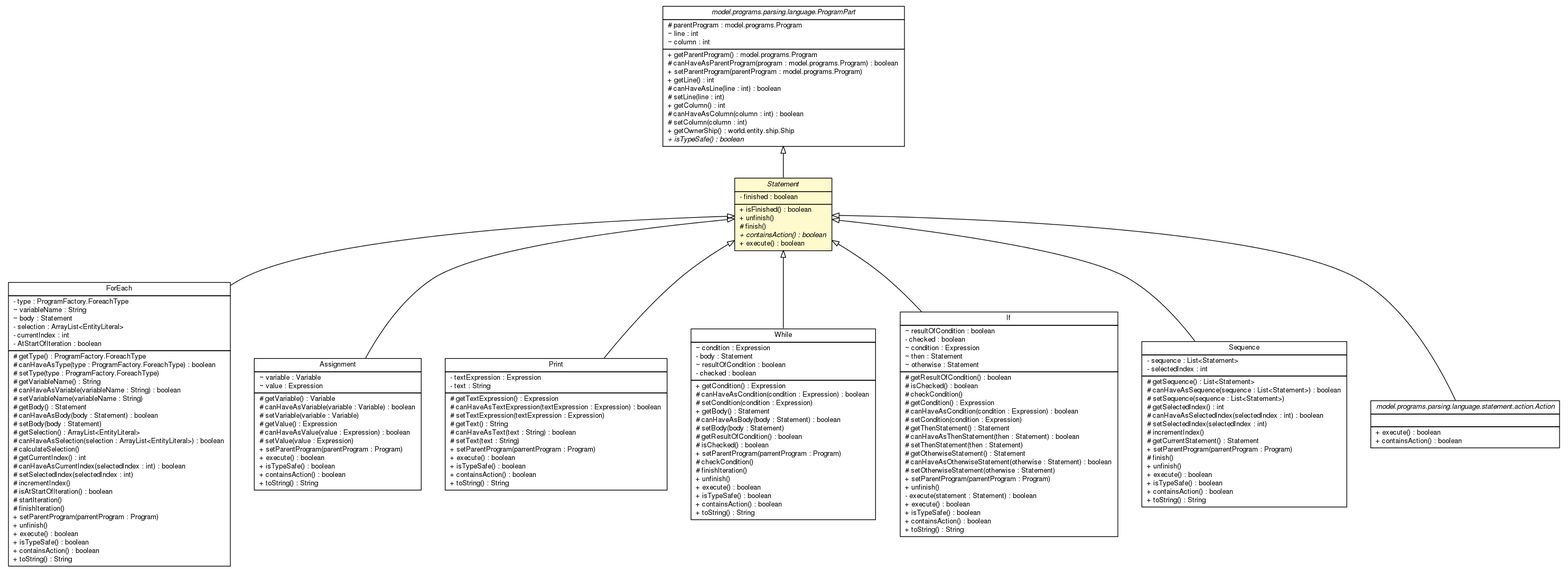
This is doc/model/programs/parsing/language/statement/Statement.png from sinopeus/asteroids, a Graphviz export, as it was before one commit. Its source is kept beside it as doc/model/programs/parsing/language/statement/Statement.dot. The source it was exported from:
```dot

digraph G {
	edge [fontname="Helvetica",fontsize=10,labelfontname="Helvetica",labelfontsize=10];
	node [fontname="Helvetica",fontsize=10,shape=plaintext];
	nodesep=0.25;
	ranksep=0.5;
	c16090 [label=<<table title="model.programs.parsing.language.ProgramPart" border="0" cellborder="1" cellspacing="0" cellpadding="2" port="p" href="../ProgramPart.html">
		<tr><td><table border="0" cellspacing="0" cellpadding="1">
<tr><td align="center" balign="center"><font face="Helvetica-Oblique"> model.programs.parsing.language.ProgramPart </font></td></tr>
		</table></td></tr>
		<tr><td><table border="0" cellspacing="0" cellpadding="1">
<tr><td align="left" balign="left"> # parentProgram : model.programs.Program </td></tr>
<tr><td align="left" balign="left"> ~ line : int </td></tr>
<tr><td align="left" balign="left"> ~ column : int </td></tr>
		</table></td></tr>
		<tr><td><table border="0" cellspacing="0" cellpadding="1">
<tr><td align="left" balign="left"> + getParentProgram() : model.programs.Program </td></tr>
<tr><td align="left" balign="left"> # canHaveAsParentProgram(program : model.programs.Program) : boolean </td></tr>
<tr><td align="left" balign="left"> + setParentProgram(parentProgram : model.programs.Program) </td></tr>
<tr><td align="left" balign="left"> + getLine() : int </td></tr>
<tr><td align="left" balign="left"> # canHaveAsLine(line : int) : boolean </td></tr>
<tr><td align="left" balign="left"> # setLine(line : int) </td></tr>
<tr><td align="left" balign="left"> + getColumn() : int </td></tr>
<tr><td align="left" balign="left"> # canHaveAsColumn(column : int) : boolean </td></tr>
<tr><td align="left" balign="left"> # setColumn(column : int) </td></tr>
<tr><td align="left" balign="left"> + getOwnerShip() : world.entity.ship.Ship </td></tr>
<tr><td align="left" balign="left"><font face="Helvetica-Oblique" point-size="10.0"> + isTypeSafe() : boolean </font></td></tr>
		</table></td></tr>
		</table>>, URL="../ProgramPart.html", fontname="Helvetica", fontcolor="black", fontsize=10.0];
	c16132 [label=<<table title="model.programs.parsing.language.statement.Statement" border="0" cellborder="1" cellspacing="0" cellpadding="2" port="p" bgcolor="lemonChiffon" href="./Statement.html">
		<tr><td><table border="0" cellspacing="0" cellpadding="1">
<tr><td align="center" balign="center"><font face="Helvetica-Oblique"> Statement </font></td></tr>
		</table></td></tr>
		<tr><td><table border="0" cellspacing="0" cellpadding="1">
<tr><td align="left" balign="left"> - finished : boolean </td></tr>
		</table></td></tr>
		<tr><td><table border="0" cellspacing="0" cellpadding="1">
<tr><td align="left" balign="left"> + isFinished() : boolean </td></tr>
<tr><td align="left" balign="left"> + unfinish() </td></tr>
<tr><td align="left" balign="left"> # finish() </td></tr>
<tr><td align="left" balign="left"><font face="Helvetica-Oblique" point-size="10.0"> + containsAction() : boolean </font></td></tr>
<tr><td align="left" balign="left"> + execute() : boolean </td></tr>
		</table></td></tr>
		</table>>, URL="./Statement.html", fontname="Helvetica", fontcolor="black", fontsize=10.0];
	c16133 [label=<<table title="model.programs.parsing.language.statement.ForEach" border="0" cellborder="1" cellspacing="0" cellpadding="2" port="p" href="./ForEach.html">
		<tr><td><table border="0" cellspacing="0" cellpadding="1">
<tr><td align="center" balign="center"> ForEach </td></tr>
		</table></td></tr>
		<tr><td><table border="0" cellspacing="0" cellpadding="1">
<tr><td align="left" balign="left"> - type : ProgramFactory.ForeachType </td></tr>
<tr><td align="left" balign="left"> ~ variableName : String </td></tr>
<tr><td align="left" balign="left"> ~ body : Statement </td></tr>
<tr><td align="left" balign="left"> - selection : ArrayList&lt;EntityLiteral&gt; </td></tr>
<tr><td align="left" balign="left"> - currentIndex : int </td></tr>
<tr><td align="left" balign="left"> - AtStartOfIteration : boolean </td></tr>
		</table></td></tr>
		<tr><td><table border="0" cellspacing="0" cellpadding="1">
<tr><td align="left" balign="left"> # getType() : ProgramFactory.ForeachType </td></tr>
<tr><td align="left" balign="left"> # canHaveAsType(type : ProgramFactory.ForeachType) : boolean </td></tr>
<tr><td align="left" balign="left"> # setType(type : ProgramFactory.ForeachType) </td></tr>
<tr><td align="left" balign="left"> # getVariableName() : String </td></tr>
<tr><td align="left" balign="left"> # canHaveAsVariable(variableName : String) : boolean </td></tr>
<tr><td align="left" balign="left"> # setVariableName(variableName : String) </td></tr>
<tr><td align="left" balign="left"> # getBody() : Statement </td></tr>
<tr><td align="left" balign="left"> # canHaveAsBody(body : Statement) : boolean </td></tr>
<tr><td align="left" balign="left"> # setBody(body : Statement) </td></tr>
<tr><td align="left" balign="left"> # getSelection() : ArrayList&lt;EntityLiteral&gt; </td></tr>
<tr><td align="left" balign="left"> # canHaveAsSelection(selection : ArrayList&lt;EntityLiteral&gt;) : boolean </td></tr>
<tr><td align="left" balign="left"> # calculateSelection() </td></tr>
<tr><td align="left" balign="left"> # getCurrentIndex() : int </td></tr>
<tr><td align="left" balign="left"> # canHaveAsCurrentIndex(selectedIndex : int) : boolean </td></tr>
<tr><td align="left" balign="left"> # setSelectedIndex(selectedIndex : int) </td></tr>
<tr><td align="left" balign="left"> # incrementIndex() </td></tr>
<tr><td align="left" balign="left"> # isAtStartOfIteration() : boolean </td></tr>
<tr><td align="left" balign="left"> # startIteration() </td></tr>
<tr><td align="left" balign="left"> # finishIteration() </td></tr>
<tr><td align="left" balign="left"> + setParentProgram(parrentProgram : Program) </td></tr>
<tr><td align="left" balign="left"> + unfinish() </td></tr>
<tr><td align="left" balign="left"> + execute() : boolean </td></tr>
<tr><td align="left" balign="left"> + isTypeSafe() : boolean </td></tr>
<tr><td align="left" balign="left"> + containsAction() : boolean </td></tr>
<tr><td align="left" balign="left"> + toString() : String </td></tr>
		</table></td></tr>
		</table>>, URL="./ForEach.html", fontname="Helvetica", fontcolor="black", fontsize=10.0];
	c16134 [label=<<table title="model.programs.parsing.language.statement.Assignment" border="0" cellborder="1" cellspacing="0" cellpadding="2" port="p" href="./Assignment.html">
		<tr><td><table border="0" cellspacing="0" cellpadding="1">
<tr><td align="center" balign="center"> Assignment </td></tr>
		</table></td></tr>
		<tr><td><table border="0" cellspacing="0" cellpadding="1">
<tr><td align="left" balign="left"> ~ variable : Variable </td></tr>
<tr><td align="left" balign="left"> ~ value : Expression </td></tr>
		</table></td></tr>
		<tr><td><table border="0" cellspacing="0" cellpadding="1">
<tr><td align="left" balign="left"> # getVariable() : Variable </td></tr>
<tr><td align="left" balign="left"> # canHaveAsVariable(variable : Variable) : boolean </td></tr>
<tr><td align="left" balign="left"> # setVariable(variable : Variable) </td></tr>
<tr><td align="left" balign="left"> # getValue() : Expression </td></tr>
<tr><td align="left" balign="left"> # canHaveAsValue(value : Expression) : boolean </td></tr>
<tr><td align="left" balign="left"> # setValue(value : Expression) </td></tr>
<tr><td align="left" balign="left"> + setParentProgram(parentProgram : Program) </td></tr>
<tr><td align="left" balign="left"> + execute() : boolean </td></tr>
<tr><td align="left" balign="left"> + isTypeSafe() : boolean </td></tr>
<tr><td align="left" balign="left"> + containsAction() : boolean </td></tr>
<tr><td align="left" balign="left"> + toString() : String </td></tr>
		</table></td></tr>
		</table>>, URL="./Assignment.html", fontname="Helvetica", fontcolor="black", fontsize=10.0];
	c16135 [label=<<table title="model.programs.parsing.language.statement.Print" border="0" cellborder="1" cellspacing="0" cellpadding="2" port="p" href="./Print.html">
		<tr><td><table border="0" cellspacing="0" cellpadding="1">
<tr><td align="center" balign="center"> Print </td></tr>
		</table></td></tr>
		<tr><td><table border="0" cellspacing="0" cellpadding="1">
<tr><td align="left" balign="left"> - textExpression : Expression </td></tr>
<tr><td align="left" balign="left"> - text : String </td></tr>
		</table></td></tr>
		<tr><td><table border="0" cellspacing="0" cellpadding="1">
<tr><td align="left" balign="left"> # getTextExpression() : Expression </td></tr>
<tr><td align="left" balign="left"> # canHaveAsTextExpression(textExpression : Expression) : boolean </td></tr>
<tr><td align="left" balign="left"> # setTextExpression(textExpression : Expression) </td></tr>
<tr><td align="left" balign="left"> # getText() : String </td></tr>
<tr><td align="left" balign="left"> # canHaveAsText(text : String) : boolean </td></tr>
<tr><td align="left" balign="left"> # setText(text : String) </td></tr>
<tr><td align="left" balign="left"> + setParentProgram(parrentProgram : Program) </td></tr>
<tr><td align="left" balign="left"> + execute() : boolean </td></tr>
<tr><td align="left" balign="left"> + isTypeSafe() : boolean </td></tr>
<tr><td align="left" balign="left"> + containsAction() : boolean </td></tr>
<tr><td align="left" balign="left"> + toString() : String </td></tr>
		</table></td></tr>
		</table>>, URL="./Print.html", fontname="Helvetica", fontcolor="black", fontsize=10.0];
	c16136 [label=<<table title="model.programs.parsing.language.statement.While" border="0" cellborder="1" cellspacing="0" cellpadding="2" port="p" href="./While.html">
		<tr><td><table border="0" cellspacing="0" cellpadding="1">
<tr><td align="center" balign="center"> While </td></tr>
		</table></td></tr>
		<tr><td><table border="0" cellspacing="0" cellpadding="1">
<tr><td align="left" balign="left"> ~ condition : Expression </td></tr>
<tr><td align="left" balign="left"> - body : Statement </td></tr>
<tr><td align="left" balign="left"> ~ resultOfCondition : boolean </td></tr>
<tr><td align="left" balign="left"> - checked : boolean </td></tr>
		</table></td></tr>
		<tr><td><table border="0" cellspacing="0" cellpadding="1">
<tr><td align="left" balign="left"> + getCondition() : Expression </td></tr>
<tr><td align="left" balign="left"> # canHaveAsCondition(condition : Expression) : boolean </td></tr>
<tr><td align="left" balign="left"> # setCondition(condition : Expression) </td></tr>
<tr><td align="left" balign="left"> + getBody() : Statement </td></tr>
<tr><td align="left" balign="left"> # canHaveAsBody(body : Statement) : boolean </td></tr>
<tr><td align="left" balign="left"> # setBody(body : Statement) </td></tr>
<tr><td align="left" balign="left"> # getResultOfCondition() : boolean </td></tr>
<tr><td align="left" balign="left"> # isChecked() : boolean </td></tr>
<tr><td align="left" balign="left"> + setParentProgram(parrentProgram : Program) </td></tr>
<tr><td align="left" balign="left"> # checkCondition() </td></tr>
<tr><td align="left" balign="left"> # finishIteration() </td></tr>
<tr><td align="left" balign="left"> + unfinish() </td></tr>
<tr><td align="left" balign="left"> + execute() : boolean </td></tr>
<tr><td align="left" balign="left"> + isTypeSafe() : boolean </td></tr>
<tr><td align="left" balign="left"> + containsAction() : boolean </td></tr>
<tr><td align="left" balign="left"> + toString() : String </td></tr>
		</table></td></tr>
		</table>>, URL="./While.html", fontname="Helvetica", fontcolor="black", fontsize=10.0];
	c16137 [label=<<table title="model.programs.parsing.language.statement.If" border="0" cellborder="1" cellspacing="0" cellpadding="2" port="p" href="./If.html">
		<tr><td><table border="0" cellspacing="0" cellpadding="1">
<tr><td align="center" balign="center"> If </td></tr>
		</table></td></tr>
		<tr><td><table border="0" cellspacing="0" cellpadding="1">
<tr><td align="left" balign="left"> ~ resultOfCondition : boolean </td></tr>
<tr><td align="left" balign="left"> - checked : boolean </td></tr>
<tr><td align="left" balign="left"> ~ condition : Expression </td></tr>
<tr><td align="left" balign="left"> ~ then : Statement </td></tr>
<tr><td align="left" balign="left"> ~ otherwise : Statement </td></tr>
		</table></td></tr>
		<tr><td><table border="0" cellspacing="0" cellpadding="1">
<tr><td align="left" balign="left"> # getResultOfCondition() : boolean </td></tr>
<tr><td align="left" balign="left"> # isChecked() : boolean </td></tr>
<tr><td align="left" balign="left"> # checkCondition() </td></tr>
<tr><td align="left" balign="left"> # getCondition() : Expression </td></tr>
<tr><td align="left" balign="left"> # canHaveAsCondition(condition : Expression) : boolean </td></tr>
<tr><td align="left" balign="left"> # setCondition(condition : Expression) </td></tr>
<tr><td align="left" balign="left"> # getThenStatement() : Statement </td></tr>
<tr><td align="left" balign="left"> # canHaveAsThenStatement(then : Statement) : boolean </td></tr>
<tr><td align="left" balign="left"> # setThenStatement(then : Statement) </td></tr>
<tr><td align="left" balign="left"> # getOtherwiseStatement() : Statement </td></tr>
<tr><td align="left" balign="left"> # canHaveAsOtherwiseStatement(otherwise : Statement) : boolean </td></tr>
<tr><td align="left" balign="left"> # setOtherwiseStatement(otherwise : Statement) </td></tr>
<tr><td align="left" balign="left"> + setParentProgram(parrentProgram : Program) </td></tr>
<tr><td align="left" balign="left"> + unfinish() </td></tr>
<tr><td align="left" balign="left"> - execute(statement : Statement) : boolean </td></tr>
<tr><td align="left" balign="left"> + execute() : boolean </td></tr>
<tr><td align="left" balign="left"> + isTypeSafe() : boolean </td></tr>
<tr><td align="left" balign="left"> + containsAction() : boolean </td></tr>
<tr><td align="left" balign="left"> + toString() : String </td></tr>
		</table></td></tr>
		</table>>, URL="./If.html", fontname="Helvetica", fontcolor="black", fontsize=10.0];
	c16138 [label=<<table title="model.programs.parsing.language.statement.Sequence" border="0" cellborder="1" cellspacing="0" cellpadding="2" port="p" href="./Sequence.html">
		<tr><td><table border="0" cellspacing="0" cellpadding="1">
<tr><td align="center" balign="center"> Sequence </td></tr>
		</table></td></tr>
		<tr><td><table border="0" cellspacing="0" cellpadding="1">
<tr><td align="left" balign="left"> - sequence : List&lt;Statement&gt; </td></tr>
<tr><td align="left" balign="left"> - selectedIndex : int </td></tr>
		</table></td></tr>
		<tr><td><table border="0" cellspacing="0" cellpadding="1">
<tr><td align="left" balign="left"> # getSequence() : List&lt;Statement&gt; </td></tr>
<tr><td align="left" balign="left"> # canHaveAsSequence(sequence : List&lt;Statement&gt;) : boolean </td></tr>
<tr><td align="left" balign="left"> # setSequence(sequence : List&lt;Statement&gt;) </td></tr>
<tr><td align="left" balign="left"> # getSelectedIndex() : int </td></tr>
<tr><td align="left" balign="left"> # canHaveAsSelectedIndex(selectedIndex : int) : boolean </td></tr>
<tr><td align="left" balign="left"> # setSelectedIndex(selectedIndex : int) </td></tr>
<tr><td align="left" balign="left"> # incrementIndex() </td></tr>
<tr><td align="left" balign="left"> # getCurrentStatement() : Statement </td></tr>
<tr><td align="left" balign="left"> + setParentProgram(parrentProgram : Program) </td></tr>
<tr><td align="left" balign="left"> # finish() </td></tr>
<tr><td align="left" balign="left"> + unfinish() </td></tr>
<tr><td align="left" balign="left"> + execute() : boolean </td></tr>
<tr><td align="left" balign="left"> + isTypeSafe() : boolean </td></tr>
<tr><td align="left" balign="left"> + containsAction() : boolean </td></tr>
<tr><td align="left" balign="left"> + toString() : String </td></tr>
		</table></td></tr>
		</table>>, URL="./Sequence.html", fontname="Helvetica", fontcolor="black", fontsize=10.0];
	c16139 [label=<<table title="model.programs.parsing.language.statement.action.Action" border="0" cellborder="1" cellspacing="0" cellpadding="2" port="p" href="./action/Action.html">
		<tr><td><table border="0" cellspacing="0" cellpadding="1">
<tr><td align="center" balign="center"><font face="Helvetica-Oblique"> model.programs.parsing.language.statement.action.Action </font></td></tr>
		</table></td></tr>
		<tr><td><table border="0" cellspacing="0" cellpadding="1">
<tr><td align="left" balign="left">  </td></tr>
		</table></td></tr>
		<tr><td><table border="0" cellspacing="0" cellpadding="1">
<tr><td align="left" balign="left"> + execute() : boolean </td></tr>
<tr><td align="left" balign="left"> + containsAction() : boolean </td></tr>
		</table></td></tr>
		</table>>, URL="./action/Action.html", fontname="Helvetica", fontcolor="black", fontsize=10.0];
	c16090:p -> c16132:p [dir=back,arrowtail=empty];
	c16132:p -> c16133:p [dir=back,arrowtail=empty];
	c16132:p -> c16134:p [dir=back,arrowtail=empty];
	c16132:p -> c16135:p [dir=back,arrowtail=empty];
	c16132:p -> c16136:p [dir=back,arrowtail=empty];
	c16132:p -> c16137:p [dir=back,arrowtail=empty];
	c16132:p -> c16138:p [dir=back,arrowtail=empty];
	c16132:p -> c16139:p [dir=back,arrowtail=empty];
}
```
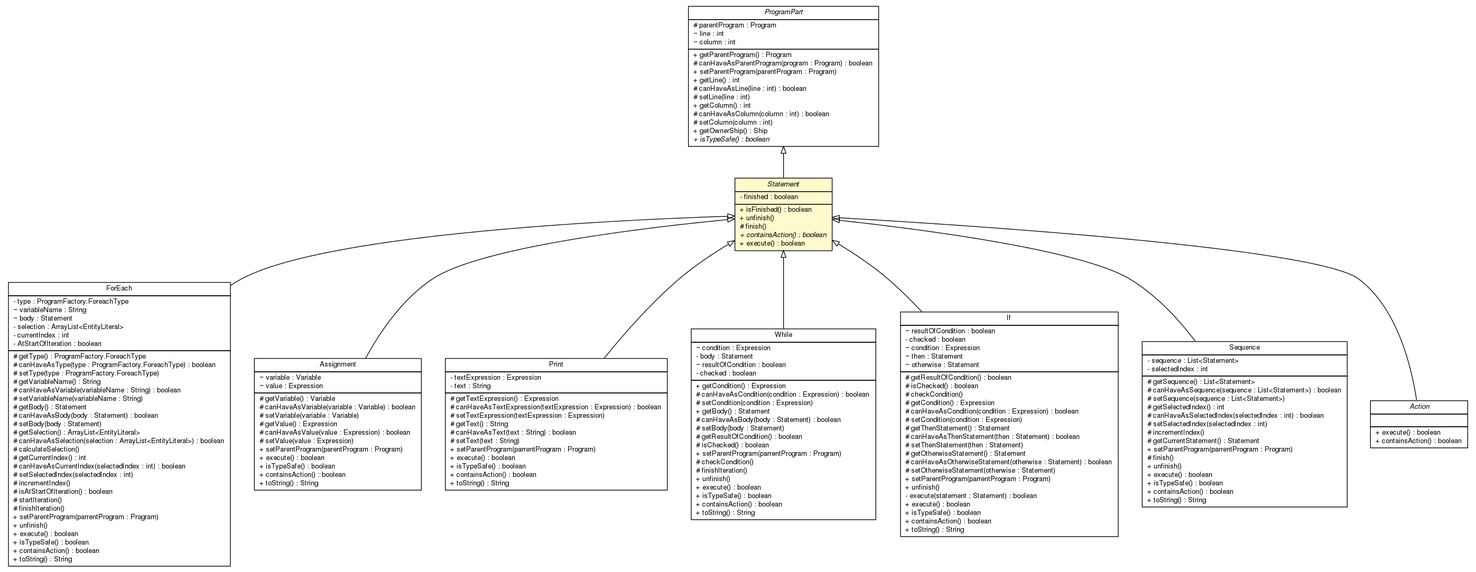
Above is the later version.

Change to the diagram source:
```diff
@@ -6,24 +6,24 @@
 	ranksep=0.5;
 	c16090 [label=<<table title="model.programs.parsing.language.ProgramPart" border="0" cellborder="1" cellspacing="0" cellpadding="2" port="p" href="../ProgramPart.html">
 		<tr><td><table border="0" cellspacing="0" cellpadding="1">
-<tr><td align="center" balign="center"><font face="Helvetica-Oblique"> model.programs.parsing.language.ProgramPart </font></td></tr>
+<tr><td align="center" balign="center"><font face="Helvetica-Oblique"> ProgramPart </font></td></tr>
 		</table></td></tr>
 		<tr><td><table border="0" cellspacing="0" cellpadding="1">
-<tr><td align="left" balign="left"> # parentProgram : model.programs.Program </td></tr>
+<tr><td align="left" balign="left"> # parentProgram : Program </td></tr>
 <tr><td align="left" balign="left"> ~ line : int </td></tr>
 <tr><td align="left" balign="left"> ~ column : int </td></tr>
 		</table></td></tr>
 		<tr><td><table border="0" cellspacing="0" cellpadding="1">
-<tr><td align="left" balign="left"> + getParentProgram() : model.programs.Program </td></tr>
-<tr><td align="left" balign="left"> # canHaveAsParentProgram(program : model.programs.Program) : boolean </td></tr>
-<tr><td align="left" balign="left"> + setParentProgram(parentProgram : model.programs.Program) </td></tr>
+<tr><td align="left" balign="left"> + getParentProgram() : Program </td></tr>
+<tr><td align="left" balign="left"> # canHaveAsParentProgram(program : Program) : boolean </td></tr>
+<tr><td align="left" balign="left"> + setParentProgram(parentProgram : Program) </td></tr>
 <tr><td align="left" balign="left"> + getLine() : int </td></tr>
 <tr><td align="left" balign="left"> # canHaveAsLine(line : int) : boolean </td></tr>
 <tr><td align="left" balign="left"> # setLine(line : int) </td></tr>
 <tr><td align="left" balign="left"> + getColumn() : int </td></tr>
 <tr><td align="left" balign="left"> # canHaveAsColumn(column : int) : boolean </td></tr>
 <tr><td align="left" balign="left"> # setColumn(column : int) </td></tr>
-<tr><td align="left" balign="left"> + getOwnerShip() : world.entity.ship.Ship </td></tr>
+<tr><td align="left" balign="left"> + getOwnerShip() : Ship </td></tr>
 <tr><td align="left" balign="left"><font face="Helvetica-Oblique" point-size="10.0"> + isTypeSafe() : boolean </font></td></tr>
 		</table></td></tr>
 		</table>>, URL="../ProgramPart.html", fontname="Helvetica", fontcolor="black", fontsize=10.0];
@@ -216,7 +216,7 @@
 		</table>>, URL="./Sequence.html", fontname="Helvetica", fontcolor="black", fontsize=10.0];
 	c16139 [label=<<table title="model.programs.parsing.language.statement.action.Action" border="0" cellborder="1" cellspacing="0" cellpadding="2" port="p" href="./action/Action.html">
 		<tr><td><table border="0" cellspacing="0" cellpadding="1">
-<tr><td align="center" balign="center"><font face="Helvetica-Oblique"> model.programs.parsing.language.statement.action.Action </font></td></tr>
+<tr><td align="center" balign="center"><font face="Helvetica-Oblique"> Action </font></td></tr>
 		</table></td></tr>
 		<tr><td><table border="0" cellspacing="0" cellpadding="1">
 <tr><td align="left" balign="left">  </td></tr>
```
